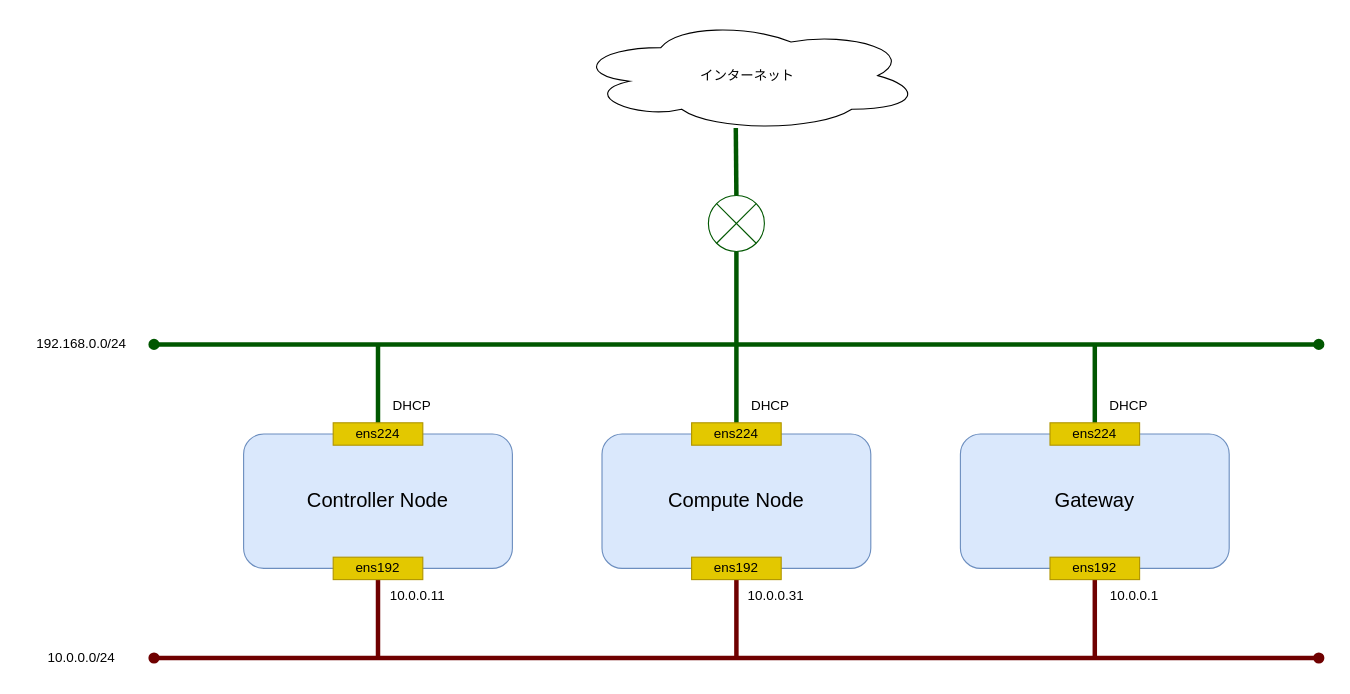
Earlier version of the draw.io diagram _static/image/network_diagram.drawio (9506hqwy/openstack_study_notes). Source tidied: cells renumbered, new cells numbered last; positions are measured from the earlier drawing's top-left corner, leaving out a move shared by most shapes. Both pictures are drawn from the tidied source at 112%, with x=0, y=0 at pixel (19, 19).
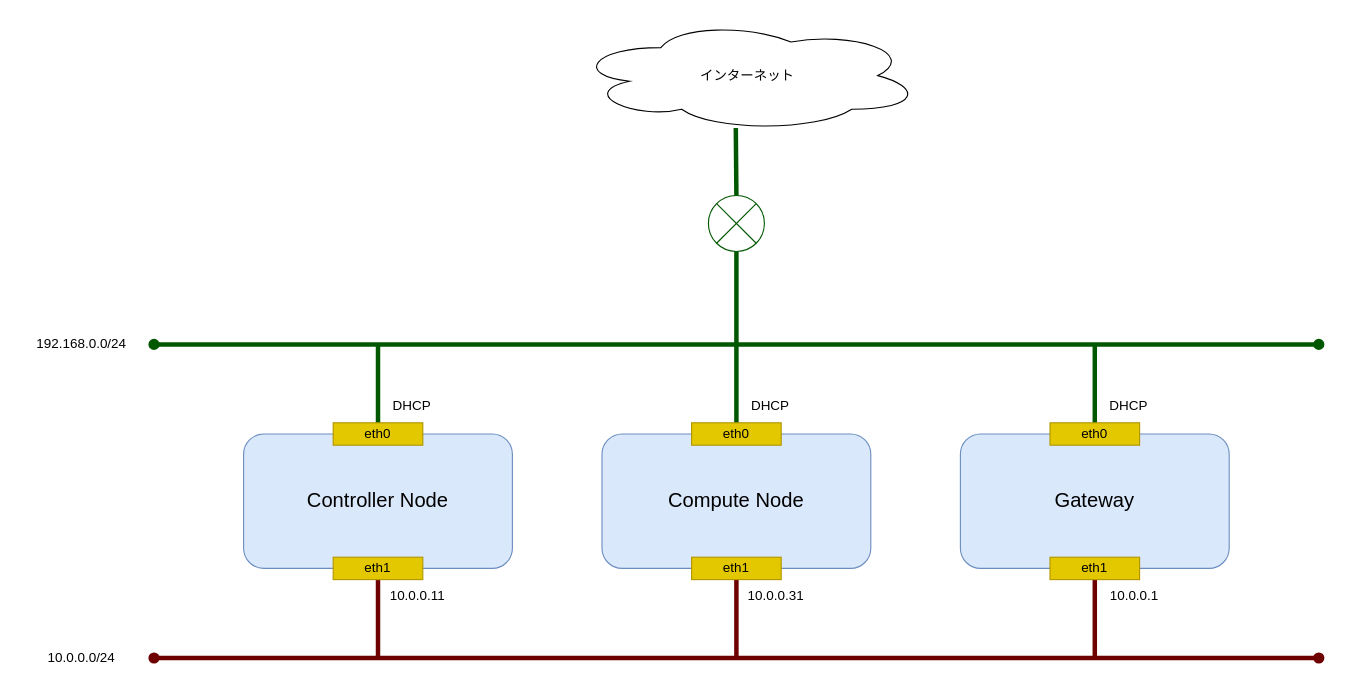
The same page after the edit.

The edit, as a diff of the source:
```diff
@@
-    <mxCell id="23" value="ens192" style="rounded=0;whiteSpace=wrap;html=1;fillColor=#e3c800;fontColor=#000000;strokeColor=#B09500;" parent="19" vertex="1">
+    <mxCell id="23" value="eth1" style="rounded=0;whiteSpace=wrap;html=1;fillColor=#e3c800;fontColor=#000000;strokeColor=#B09500;" parent="19" vertex="1">
       <mxGeometry x="280" y="480" width="80" height="20" as="geometry" />
     </mxCell>
-    <mxCell id="24" value="ens192" style="rounded=0;whiteSpace=wrap;html=1;fillColor=#e3c800;fontColor=#000000;strokeColor=#B09500;" parent="19" vertex="1">
+    <mxCell id="24" value="eth1" style="rounded=0;whiteSpace=wrap;html=1;fillColor=#e3c800;fontColor=#000000;strokeColor=#B09500;" parent="19" vertex="1">
       <mxGeometry x="600" y="480" width="80" height="20" as="geometry" />
     </mxCell>
-    <mxCell id="25" value="ens224" style="rounded=0;whiteSpace=wrap;html=1;fillColor=#e3c800;fontColor=#000000;strokeColor=#B09500;" parent="19" vertex="1">
+    <mxCell id="25" value="eth0" style="rounded=0;whiteSpace=wrap;html=1;fillColor=#e3c800;fontColor=#000000;strokeColor=#B09500;" parent="19" vertex="1">
       <mxGeometry x="920" y="360" width="80" height="20" as="geometry" />
     </mxCell>
-    <mxCell id="26" value="ens192" style="rounded=0;whiteSpace=wrap;html=1;fillColor=#e3c800;fontColor=#000000;strokeColor=#B09500;" parent="19" vertex="1">
+    <mxCell id="26" value="eth1" style="rounded=0;whiteSpace=wrap;html=1;fillColor=#e3c800;fontColor=#000000;strokeColor=#B09500;" parent="19" vertex="1">
       <mxGeometry x="920" y="480" width="80" height="20" as="geometry" />
     </mxCell>
-    <mxCell id="27" value="ens224" style="rounded=0;whiteSpace=wrap;html=1;fillColor=#e3c800;fontColor=#000000;strokeColor=#B09500;" parent="19" vertex="1">
+    <mxCell id="27" value="eth0" style="rounded=0;whiteSpace=wrap;html=1;fillColor=#e3c800;fontColor=#000000;strokeColor=#B09500;" parent="19" vertex="1">
       <mxGeometry x="600" y="360" width="80" height="20" as="geometry" />
     </mxCell>
-    <mxCell id="28" value="ens224" style="rounded=0;whiteSpace=wrap;html=1;fillColor=#e3c800;fontColor=#000000;strokeColor=#B09500;" parent="19" vertex="1">
+    <mxCell id="28" value="eth0" style="rounded=0;whiteSpace=wrap;html=1;fillColor=#e3c800;fontColor=#000000;strokeColor=#B09500;" parent="19" vertex="1">
       <mxGeometry x="280" y="360" width="80" height="20" as="geometry" />
     </mxCell>
```
